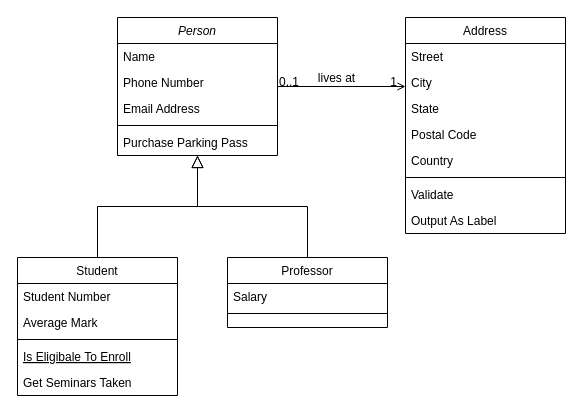
This is Untitled Diagram.drawio from twpwong/language-learning, a draw.io file, before an edit. Source tidied: cells renumbered, new cells numbered last; positions are measured from the earlier drawing's top-left corner, leaving out a move shared by most shapes. Both pictures are drawn from the tidied source at 100%, with x=0, y=0 at pixel (17, 17).
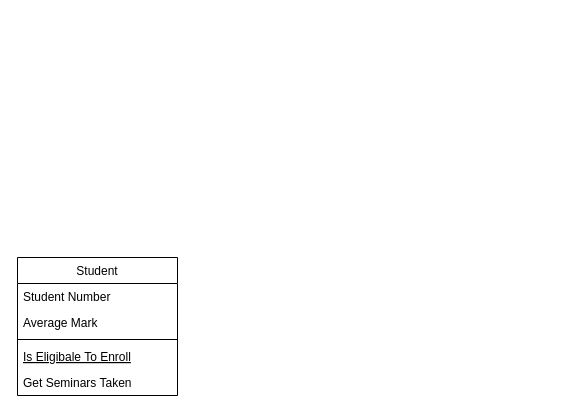
The same page after the edit.

Unchanged cells that the change refers to:
```xml
<mxCell id="8" value="Student" style="swimlane;fontStyle=0;align=center;verticalAlign=top;horizontal=1;startSize=26;rounded=0;shadow=0;strokeWidth=1;" parent="1" vertex="1">
  <mxGeometry y="240" width="160" height="138" as="geometry" />
</mxCell>
```

The edit, as a diff of the source:
```diff
@@
-    <mxCell id="2" value="Person" style="swimlane;fontStyle=2;align=center;verticalAlign=top;horizontal=1;startSize=26;rounded=0;shadow=0;strokeWidth=1;" parent="1" vertex="1">
-      <mxGeometry x="100" width="160" height="138" as="geometry" />
-    </mxCell>
-    <mxCell id="3" value="Name" style="text;align=left;verticalAlign=top;spacingLeft=4;spacingRight=4;overflow=hidden;" parent="2" vertex="1">
-      <mxGeometry y="26" width="160" height="26" as="geometry" />
-    </mxCell>
-    <mxCell id="4" value="Phone Number" style="text;align=left;verticalAlign=top;spacingLeft=4;spacingRight=4;overflow=hidden;rounded=0;shadow=0;html=0;" parent="2" vertex="1">
-      <mxGeometry y="52" width="160" height="26" as="geometry" />
-    </mxCell>
-    <mxCell id="5" value="Email Address" style="text;align=left;verticalAlign=top;spacingLeft=4;spacingRight=4;overflow=hidden;rounded=0;shadow=0;html=0;" parent="2" vertex="1">
-      <mxGeometry y="78" width="160" height="26" as="geometry" />
-    </mxCell>
-    <mxCell id="6" style="line;html=1;strokeWidth=1;align=left;verticalAlign=middle;spacingTop=-1;spacingLeft=3;spacingRight=3;labelPosition=right;" parent="2" vertex="1">
-      <mxGeometry y="104" width="160" height="8" as="geometry" />
-    </mxCell>
-    <mxCell id="7" value="Purchase Parking Pass" style="text;align=left;verticalAlign=top;spacingLeft=4;spacingRight=4;overflow=hidden;" parent="2" vertex="1">
-      <mxGeometry y="112" width="160" height="26" as="geometry" />
-    </mxCell>
@@
-    <mxCell id="14" style="endArrow=block;endSize=10;endFill=0;shadow=0;strokeWidth=1;rounded=0;edgeStyle=elbowEdgeStyle;elbow=vertical;" parent="1" edge="1" source="8" target="2">
-      <mxGeometry relative="1" as="geometry" />
-    </mxCell>
-    <mxCell id="15" value="Professor" style="swimlane;fontStyle=0;align=center;verticalAlign=top;horizontal=1;startSize=26;rounded=0;shadow=0;strokeWidth=1;" parent="1" vertex="1">
-      <mxGeometry x="210" y="240" width="160" height="70" as="geometry" />
-    </mxCell>
-    <mxCell id="16" value="Salary" style="text;align=left;verticalAlign=top;spacingLeft=4;spacingRight=4;overflow=hidden;" parent="15" vertex="1">
-      <mxGeometry y="26" width="160" height="26" as="geometry" />
-    </mxCell>
-    <mxCell id="17" style="line;html=1;strokeWidth=1;align=left;verticalAlign=middle;spacingTop=-1;spacingLeft=3;spacingRight=3;labelPosition=right;" parent="15" vertex="1">
-      <mxGeometry y="52" width="160" height="8" as="geometry" />
-    </mxCell>
-    <mxCell id="18" style="endArrow=block;endSize=10;endFill=0;shadow=0;strokeWidth=1;rounded=0;edgeStyle=elbowEdgeStyle;elbow=vertical;" parent="1" edge="1" source="15" target="2">
-      <mxGeometry relative="1" as="geometry" />
-    </mxCell>
-    <mxCell id="19" value="Address" style="swimlane;fontStyle=0;align=center;verticalAlign=top;horizontal=1;startSize=26;rounded=0;shadow=0;strokeWidth=1;" parent="1" vertex="1">
-      <mxGeometry x="388" width="160" height="216" as="geometry" />
-    </mxCell>
-    <mxCell id="20" value="Street" style="text;align=left;verticalAlign=top;spacingLeft=4;spacingRight=4;overflow=hidden;" parent="19" vertex="1">
-      <mxGeometry y="26" width="160" height="26" as="geometry" />
-    </mxCell>
-    <mxCell id="21" value="City" style="text;align=left;verticalAlign=top;spacingLeft=4;spacingRight=4;overflow=hidden;rounded=0;shadow=0;html=0;" parent="19" vertex="1">
-      <mxGeometry y="52" width="160" height="26" as="geometry" />
-    </mxCell>
-    <mxCell id="22" value="State" style="text;align=left;verticalAlign=top;spacingLeft=4;spacingRight=4;overflow=hidden;rounded=0;shadow=0;html=0;" parent="19" vertex="1">
-      <mxGeometry y="78" width="160" height="26" as="geometry" />
-    </mxCell>
-    <mxCell id="23" value="Postal Code" style="text;align=left;verticalAlign=top;spacingLeft=4;spacingRight=4;overflow=hidden;rounded=0;shadow=0;html=0;" parent="19" vertex="1">
-      <mxGeometry y="104" width="160" height="26" as="geometry" />
-    </mxCell>
-    <mxCell id="24" value="Country" style="text;align=left;verticalAlign=top;spacingLeft=4;spacingRight=4;overflow=hidden;rounded=0;shadow=0;html=0;" parent="19" vertex="1">
-      <mxGeometry y="130" width="160" height="26" as="geometry" />
-    </mxCell>
-    <mxCell id="25" style="line;html=1;strokeWidth=1;align=left;verticalAlign=middle;spacingTop=-1;spacingLeft=3;spacingRight=3;labelPosition=right;" parent="19" vertex="1">
-      <mxGeometry y="156" width="160" height="8" as="geometry" />
-    </mxCell>
-    <mxCell id="26" value="Validate" style="text;align=left;verticalAlign=top;spacingLeft=4;spacingRight=4;overflow=hidden;" parent="19" vertex="1">
-      <mxGeometry y="164" width="160" height="26" as="geometry" />
-    </mxCell>
-    <mxCell id="27" value="Output As Label" style="text;align=left;verticalAlign=top;spacingLeft=4;spacingRight=4;overflow=hidden;" parent="19" vertex="1">
-      <mxGeometry y="190" width="160" height="26" as="geometry" />
-    </mxCell>
-    <mxCell id="28" style="endArrow=open;shadow=0;strokeWidth=1;rounded=0;endFill=1;edgeStyle=elbowEdgeStyle;elbow=vertical;" parent="1" edge="1" source="2" target="19">
-      <mxGeometry x="0.5" y="41" relative="1" as="geometry">
-        <mxPoint x="-40" y="32" as="offset" />
-      </mxGeometry>
-    </mxCell>
-    <mxCell id="29" value="0..1" style="align=left;verticalAlign=bottom;labelBackgroundColor=none;fontSize=12;" parent="28" vertex="1">
-      <mxGeometry x="-1" relative="1" as="geometry">
-        <mxPoint y="4" as="offset" />
-      </mxGeometry>
-    </mxCell>
-    <mxCell id="30" value="1" style="align=right;verticalAlign=bottom;labelBackgroundColor=none;fontSize=12;" parent="28" vertex="1">
-      <mxGeometry x="1" relative="1" as="geometry">
-        <mxPoint x="-7" y="4" as="offset" />
-      </mxGeometry>
-    </mxCell>
-    <mxCell id="31" value="lives at" style="text;html=1;align=center;verticalAlign=middle;labelBackgroundColor=none;rounded=0;shadow=0;strokeWidth=1;fontSize=12;" parent="28" vertex="1">
-      <mxGeometry x="0.5" y="49" relative="1" as="geometry">
-        <mxPoint x="-38" y="40" as="offset" />
-      </mxGeometry>
-    </mxCell>
```
